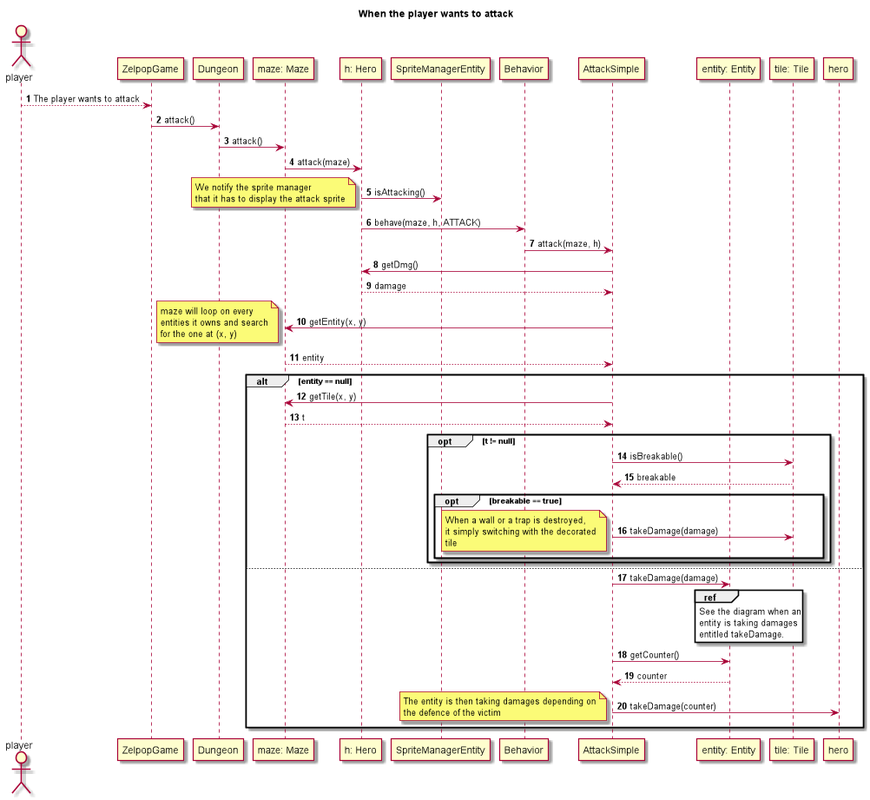
Earlier version of the PlantUML export doc/third_sprint/diagrams/sequences/attack.png (Reynault/ACL_2019_Zelpop). The source it was exported from:
```plantuml
@startuml

title When the player wants to attack
autonumber

actor player

participant ZelpopGame as z
participant Dungeon as d
participant "maze: Maze" as m
participant "h: Hero" as h
participant "SpriteManagerEntity" as sme
participant Behavior as b
participant AttackSimple as as
participant "entity: Entity" as e
participant "tile: Tile" as t


player --> z: The player wants to attack

z -> d: attack()

d -> m: attack()

m -> h: attack(maze)

h -> sme: isAttacking()
note left
We notify the sprite manager
that it has to display the attack sprite
end note

h -> b: behave(maze, h, ATTACK)

b -> as: attack(maze, h)

as -> h: getDmg()

h --> as: damage

as -> m: getEntity(x, y)

note left
maze will loop on every
entities it owns and search
for the one at (x, y)
end note

m --> as: entity

alt entity == null

    as -> m: getTile(x, y)

    m --> as: t

    opt t != null

        as -> t: isBreakable()

        t --> as: breakable

        opt breakable == true

            as -> t: takeDamage(damage)
            note left
            When a wall or a trap is destroyed,
            it simply switching with the decorated
            tile
            end note


        end

    end

else

    as -> e: takeDamage(damage)

    ref over e
        See the diagram when an
        entity is taking damages
        entitled takeDamage.
    end ref

    as -> e: getCounter()

    e --> as: counter

    as -> hero: takeDamage(counter)
    note left
    The entity is then taking damages depending on
    the defence of the victim
    end note

end


@enduml
```
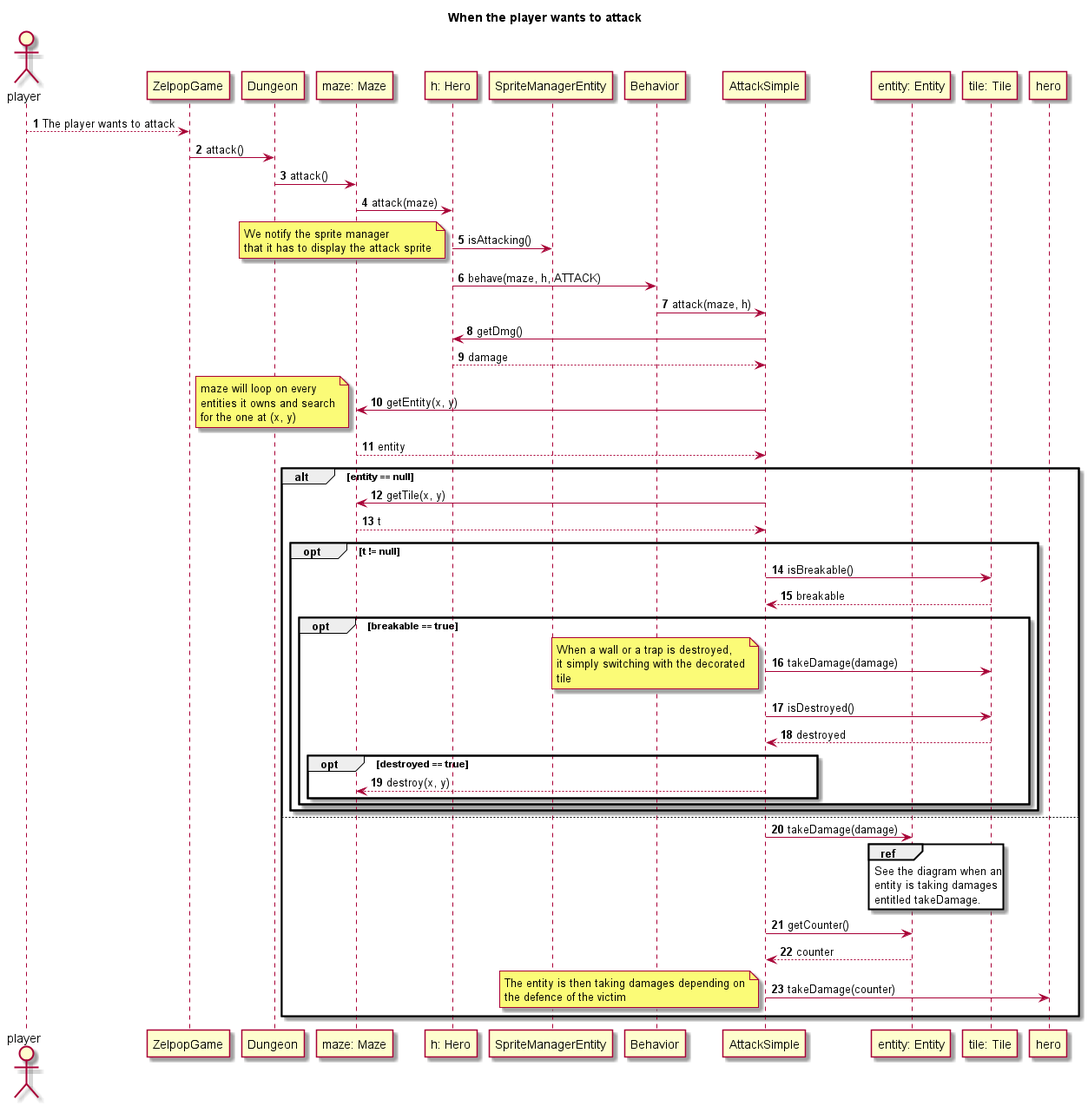
After the change.

Commit message:
Second sprint: update diagram

What changed in the source:
```diff
@@ -69,6 +69,15 @@
             tile
             end note
 
+            as -> t: isDestroyed()
+
+            t --> as: destroyed
+
+            opt destroyed == true
+
+                as --> m: destroy(x, y)
+
+            end
 
         end
 
```
